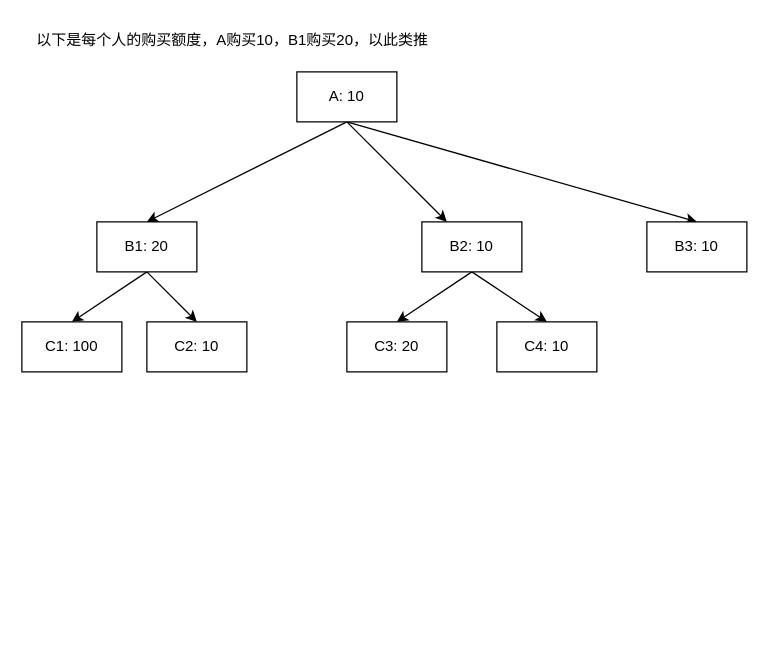
cqxx1990/game-box keeps this draw.io diagram as design/小团队业绩.drawio. Above is the earlier version. Source tidied: cells renumbered, new cells numbered last; positions are measured from the earlier drawing's top-left corner, leaving out a move shared by most shapes. Both pictures are drawn from the tidied source at 125%, with x=0, y=0 at pixel (21, 21).
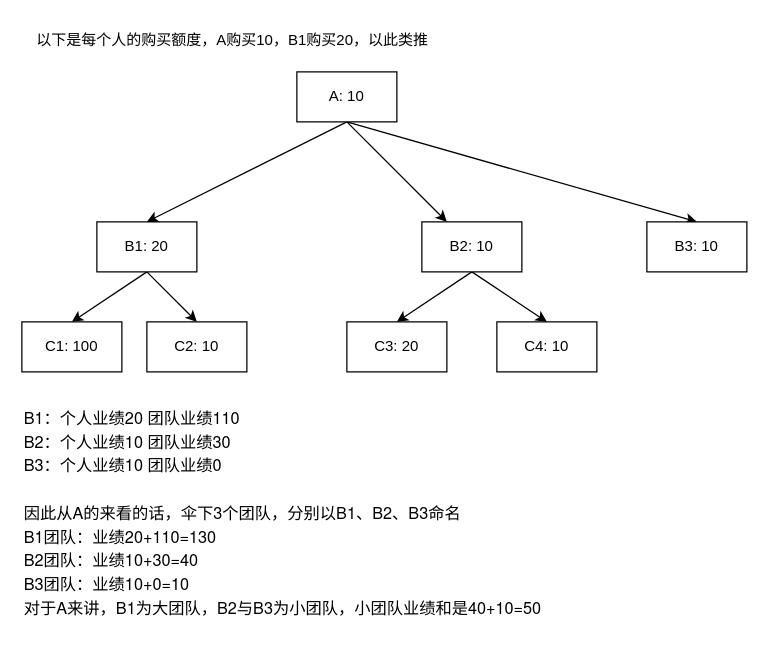
Above is the later version.

Commit message (it also covers changes not shown here):
更新小团队业绩.drawio

The edit, as a diff of the source:
```diff
@@
 <mxGraphModel>
   <root>
     <mxCell id="0" />
     <mxCell id="1" parent="0" />
     <mxCell id="2" style="rounded=0;jettySize=auto;html=1;exitX=0.5;exitY=1;exitDx=0;exitDy=0;entryX=0.5;entryY=0;entryDx=0;entryDy=0;" parent="1" edge="1" source="5" target="8">
       <mxGeometry relative="1" as="geometry" />
     </mxCell>
     <mxCell id="3" style="rounded=0;jettySize=auto;html=1;exitX=0.5;exitY=1;exitDx=0;exitDy=0;" parent="1" edge="1" source="5" target="11">
       <mxGeometry relative="1" as="geometry" />
     </mxCell>
     <mxCell id="4" style="rounded=0;jettySize=auto;html=1;exitX=0.5;exitY=1;exitDx=0;exitDy=0;entryX=0.5;entryY=0;entryDx=0;entryDy=0;" parent="1" edge="1" source="5" target="16">
       <mxGeometry relative="1" as="geometry" />
     </mxCell>
     <mxCell id="5" value="A: 10" style="rounded=0;whiteSpace=wrap;html=1;" parent="1" vertex="1">
       <mxGeometry x="220" y="40" width="80" height="40" as="geometry" />
     </mxCell>
     <mxCell id="6" style="rounded=0;jettySize=auto;html=1;exitX=0.5;exitY=1;exitDx=0;exitDy=0;entryX=0.5;entryY=0;entryDx=0;entryDy=0;" parent="1" edge="1" source="8" target="12">
       <mxGeometry relative="1" as="geometry" />
     </mxCell>
     <mxCell id="7" style="rounded=0;jettySize=auto;html=1;exitX=0.5;exitY=1;exitDx=0;exitDy=0;entryX=0.5;entryY=0;entryDx=0;entryDy=0;" parent="1" edge="1" source="8" target="15">
       <mxGeometry relative="1" as="geometry" />
     </mxCell>
     <mxCell id="8" value="B1: 20" style="rounded=0;whiteSpace=wrap;html=1;" parent="1" vertex="1">
       <mxGeometry x="60" y="160" width="80" height="40" as="geometry" />
     </mxCell>
     <mxCell id="9" style="rounded=0;jettySize=auto;html=1;exitX=0.5;exitY=1;exitDx=0;exitDy=0;entryX=0.5;entryY=0;entryDx=0;entryDy=0;" parent="1" edge="1" source="11" target="13">
       <mxGeometry relative="1" as="geometry" />
     </mxCell>
     <mxCell id="10" style="rounded=0;jettySize=auto;html=1;exitX=0.5;exitY=1;exitDx=0;exitDy=0;entryX=0.5;entryY=0;entryDx=0;entryDy=0;" parent="1" edge="1" source="11" target="14">
       <mxGeometry relative="1" as="geometry" />
     </mxCell>
     <mxCell id="11" value="B2: 10" style="rounded=0;whiteSpace=wrap;html=1;" parent="1" vertex="1">
       <mxGeometry x="320" y="160" width="80" height="40" as="geometry" />
     </mxCell>
     <mxCell id="12" value="C1: 100" style="rounded=0;whiteSpace=wrap;html=1;" parent="1" vertex="1">
       <mxGeometry y="240" width="80" height="40" as="geometry" />
     </mxCell>
     <mxCell id="13" value="C3: 20" style="rounded=0;whiteSpace=wrap;html=1;" parent="1" vertex="1">
       <mxGeometry x="260" y="240" width="80" height="40" as="geometry" />
     </mxCell>
     <mxCell id="14" value="C4: 10" style="rounded=0;whiteSpace=wrap;html=1;" parent="1" vertex="1">
       <mxGeometry x="380" y="240" width="80" height="40" as="geometry" />
     </mxCell>
     <mxCell id="15" value="C2: 10" style="rounded=0;whiteSpace=wrap;html=1;" parent="1" vertex="1">
       <mxGeometry x="100" y="240" width="80" height="40" as="geometry" />
     </mxCell>
     <mxCell id="16" value="B3: 10" style="rounded=0;whiteSpace=wrap;html=1;" parent="1" vertex="1">
       <mxGeometry x="500" y="160" width="80" height="40" as="geometry" />
     </mxCell>
     <mxCell id="17" value="以下是每个人的购买额度，A购买10，B1购买20，以此类推" style="text;html=1;align=left;verticalAlign=middle;whiteSpace=wrap;rounded=0;" parent="1" vertex="1">
       <mxGeometry x="10" width="430" height="30" as="geometry" />
     </mxCell>
+    <mxCell id="18" value="&lt;p style=&quot;margin: 0px; font-variant-numeric: normal; font-variant-east-asian: normal; font-variant-alternates: normal; font-size-adjust: none; font-kerning: auto; font-optical-sizing: auto; font-feature-settings: normal; font-variation-settings: normal; font-variant-position: normal; font-variant-emoji: normal; font-stretch: normal; font-size: 13px; line-height: normal; font-family: &amp;quot;Helvetica Neue&amp;quot;;&quot; class=&quot;p1&quot;&gt;B1：个人业绩20 团队业绩110&lt;/p&gt;&lt;p style=&quot;margin: 0px; font-variant-numeric: normal; font-variant-east-asian: normal; font-variant-alternates: normal; font-size-adjust: none; font-kerning: auto; font-optical-sizing: auto; font-feature-settings: normal; font-variation-settings: normal; font-variant-position: normal; font-variant-emoji: normal; font-stretch: normal; font-size: 13px; line-height: normal; font-family: &amp;quot;Helvetica Neue&amp;quot;;&quot; class=&quot;p1&quot;&gt;B2：个人业绩10 团队业绩30&lt;/p&gt;&lt;p style=&quot;margin: 0px; font-variant-numeric: normal; font-variant-east-asian: normal; font-variant-alternates: normal; font-size-adjust: none; font-kerning: auto; font-optical-sizing: auto; font-feature-settings: normal; font-variation-settings: normal; font-variant-position: normal; font-variant-emoji: normal; font-stretch: normal; font-size: 13px; line-height: normal; font-family: &amp;quot;Helvetica Neue&amp;quot;;&quot; class=&quot;p1&quot;&gt;B3：个人业绩10 团队业绩0&lt;/p&gt;&lt;p style=&quot;margin: 0px; font-variant-numeric: normal; font-variant-east-asian: normal; font-variant-alternates: normal; font-size-adjust: none; font-kerning: auto; font-optical-sizing: auto; font-feature-settings: normal; font-variation-settings: normal; font-variant-position: normal; font-variant-emoji: normal; font-stretch: normal; font-size: 13px; line-height: normal; font-family: &amp;quot;Helvetica Neue&amp;quot;; min-height: 15px;&quot; class=&quot;p2&quot;&gt;&lt;br&gt;&lt;/p&gt;&lt;p style=&quot;margin: 0px; font-variant-numeric: normal; font-variant-east-asian: normal; font-variant-alternates: normal; font-size-adjust: none; font-kerning: auto; font-optical-sizing: auto; font-feature-settings: normal; font-variation-settings: normal; font-variant-position: normal; font-variant-emoji: normal; font-stretch: normal; font-size: 13px; line-height: normal; font-family: &amp;quot;Helvetica Neue&amp;quot;;&quot; class=&quot;p1&quot;&gt;因此从A的来看的话，伞下3个团队，分别以B1、B2、B3命名&lt;/p&gt;&lt;p style=&quot;margin: 0px; font-variant-numeric: normal; font-variant-east-asian: normal; font-variant-alternates: normal; font-size-adjust: none; font-kerning: auto; font-optical-sizing: auto; font-feature-settings: normal; font-variation-settings: normal; font-variant-position: normal; font-variant-emoji: normal; font-stretch: normal; font-size: 13px; line-height: normal; font-family: &amp;quot;Helvetica Neue&amp;quot;;&quot; class=&quot;p1&quot;&gt;B1团队：业绩20+110=130&lt;/p&gt;&lt;p style=&quot;margin: 0px; font-variant-numeric: normal; font-variant-east-asian: normal; font-variant-alternates: normal; font-size-adjust: none; font-kerning: auto; font-optical-sizing: auto; font-feature-settings: normal; font-variation-settings: normal; font-variant-position: normal; font-variant-emoji: normal; font-stretch: normal; font-size: 13px; line-height: normal; font-family: &amp;quot;Helvetica Neue&amp;quot;;&quot; class=&quot;p1&quot;&gt;B2团队：业绩10+30=40&lt;/p&gt;&lt;p style=&quot;margin: 0px; font-variant-numeric: normal; font-variant-east-asian: normal; font-variant-alternates: normal; font-size-adjust: none; font-kerning: auto; font-optical-sizing: auto; font-feature-settings: normal; font-variation-settings: normal; font-variant-position: normal; font-variant-emoji: normal; font-stretch: normal; font-size: 13px; line-height: normal; font-family: &amp;quot;Helvetica Neue&amp;quot;;&quot; class=&quot;p1&quot;&gt;B3团队：业绩10+0=10&lt;/p&gt;&lt;p style=&quot;margin: 0px; font-variant-numeric: normal; font-variant-east-asian: normal; font-variant-alternates: normal; font-size-adjust: none; font-kerning: auto; font-optical-sizing: auto; font-feature-settings: normal; font-variation-settings: normal; font-variant-position: normal; font-variant-emoji: normal; font-stretch: normal; font-size: 13px; line-height: normal; font-family: &amp;quot;Helvetica Neue&amp;quot;;&quot; class=&quot;p1&quot;&gt;对于A来讲，B1为大团队，B2与B3为小团队，小团队业绩和是40+10=50&lt;/p&gt;" style="text;html=1;align=left;verticalAlign=top;whiteSpace=wrap;rounded=0;" parent="1" vertex="1">
+      <mxGeometry y="300" width="520" height="190" as="geometry" />
+    </mxCell>
   </root>
 </mxGraphModel>
```
